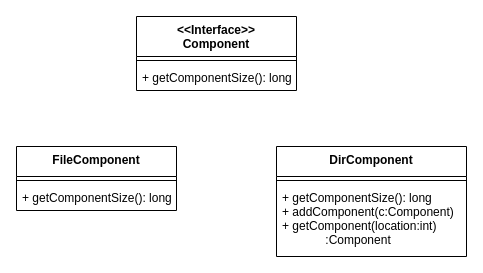
This is drawings.drawio from FedosovMax/diagrams, a draw.io file, before an edit. Source tidied: cells renumbered, new cells numbered last; positions are measured from the earlier drawing's top-left corner, leaving out a move shared by most shapes. Both pictures are drawn from the tidied source at 100%, with x=0, y=0 at pixel (16, 16).
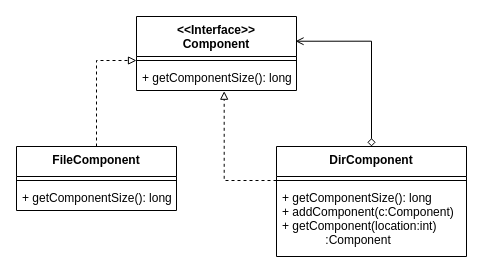
Above is the later version.

Change to the diagram source:
```diff
@@
 <mxGraphModel>
   <root>
     <mxCell id="0" />
     <mxCell id="1" parent="0" />
     <mxCell id="2" value="&lt;&lt;Interface&gt;&gt;&#10;Component&#10;" style="swimlane;fontStyle=1;align=center;verticalAlign=top;horizontal=1;startSize=40;" parent="1" vertex="1">
       <mxGeometry x="120" width="160" height="74" as="geometry" />
     </mxCell>
     <mxCell id="3" style="line;strokeWidth=1;fillColor=none;align=left;verticalAlign=middle;spacingTop=-1;spacingLeft=3;spacingRight=3;labelPosition=right;points=[];portConstraint=eastwest;" parent="2" vertex="1">
       <mxGeometry y="40" width="160" height="8" as="geometry" />
     </mxCell>
     <mxCell id="4" value="+ getComponentSize(): long" style="text;strokeColor=none;fillColor=none;align=left;verticalAlign=top;spacingLeft=4;spacingRight=4;overflow=hidden;points=[[0,0.5],[1,0.5]];portConstraint=eastwest;" parent="2" vertex="1">
       <mxGeometry y="48" width="160" height="26" as="geometry" />
     </mxCell>
+    <mxCell id="11" style="edgeStyle=orthogonalEdgeStyle;rounded=0;jettySize=auto;html=1;dashed=1;startArrow=none;startFill=0;endArrow=block;endFill=0;" parent="1" edge="1" source="5" target="3">
+      <mxGeometry relative="1" as="geometry" />
+    </mxCell>
     <mxCell id="5" value="FileComponent" style="swimlane;fontStyle=1;align=center;verticalAlign=top;horizontal=1;startSize=30;" parent="1" vertex="1">
       <mxGeometry y="130" width="160" height="64" as="geometry" />
     </mxCell>
     <mxCell id="6" style="line;strokeWidth=1;fillColor=none;align=left;verticalAlign=middle;spacingTop=-1;spacingLeft=3;spacingRight=3;labelPosition=right;" parent="5" vertex="1">
       <mxGeometry y="30" width="160" height="8" as="geometry" />
     </mxCell>
     <mxCell id="7" value="+ getComponentSize(): long" style="text;strokeColor=none;fillColor=none;align=left;verticalAlign=top;spacingLeft=4;spacingRight=4;overflow=hidden;" parent="5" vertex="1">
       <mxGeometry y="38" width="160" height="26" as="geometry" />
     </mxCell>
+    <mxCell id="12" style="edgeStyle=orthogonalEdgeStyle;rounded=0;jettySize=auto;html=1;entryX=0.994;entryY=0.334;entryDx=0;entryDy=0;entryPerimeter=0;startArrow=diamond;startFill=0;endArrow=open;endFill=0;" parent="1" edge="1" source="8" target="2">
+      <mxGeometry relative="1" as="geometry" />
+    </mxCell>
     <mxCell id="8" value="DirComponent" style="swimlane;fontStyle=1;align=center;verticalAlign=top;horizontal=1;startSize=30;" parent="1" vertex="1">
       <mxGeometry x="260" y="130" width="190" height="110" as="geometry" />
     </mxCell>
     <mxCell id="9" style="line;strokeWidth=1;fillColor=none;align=left;verticalAlign=middle;spacingTop=-1;spacingLeft=3;spacingRight=3;labelPosition=right;points=[];portConstraint=eastwest;" parent="8" vertex="1">
       <mxGeometry y="30" width="190" height="8" as="geometry" />
     </mxCell>
     <mxCell id="10" value="+ getComponentSize(): long&#10;+ addComponent(c:Component)&#10;+ getComponent(location:int)&#10;             :Component&#10;&#10;&#10;" style="text;strokeColor=none;fillColor=none;align=left;verticalAlign=top;spacingLeft=4;spacingRight=4;overflow=hidden;" parent="8" vertex="1">
       <mxGeometry y="38" width="190" height="72" as="geometry" />
     </mxCell>
+    <mxCell id="13" style="edgeStyle=orthogonalEdgeStyle;rounded=0;jettySize=auto;html=1;entryX=0.548;entryY=1.027;entryDx=0;entryDy=0;entryPerimeter=0;startArrow=none;startFill=0;endArrow=block;endFill=0;dashed=1;" parent="1" edge="1" source="9" target="4">
+      <mxGeometry relative="1" as="geometry" />
+    </mxCell>
   </root>
 </mxGraphModel>
```
